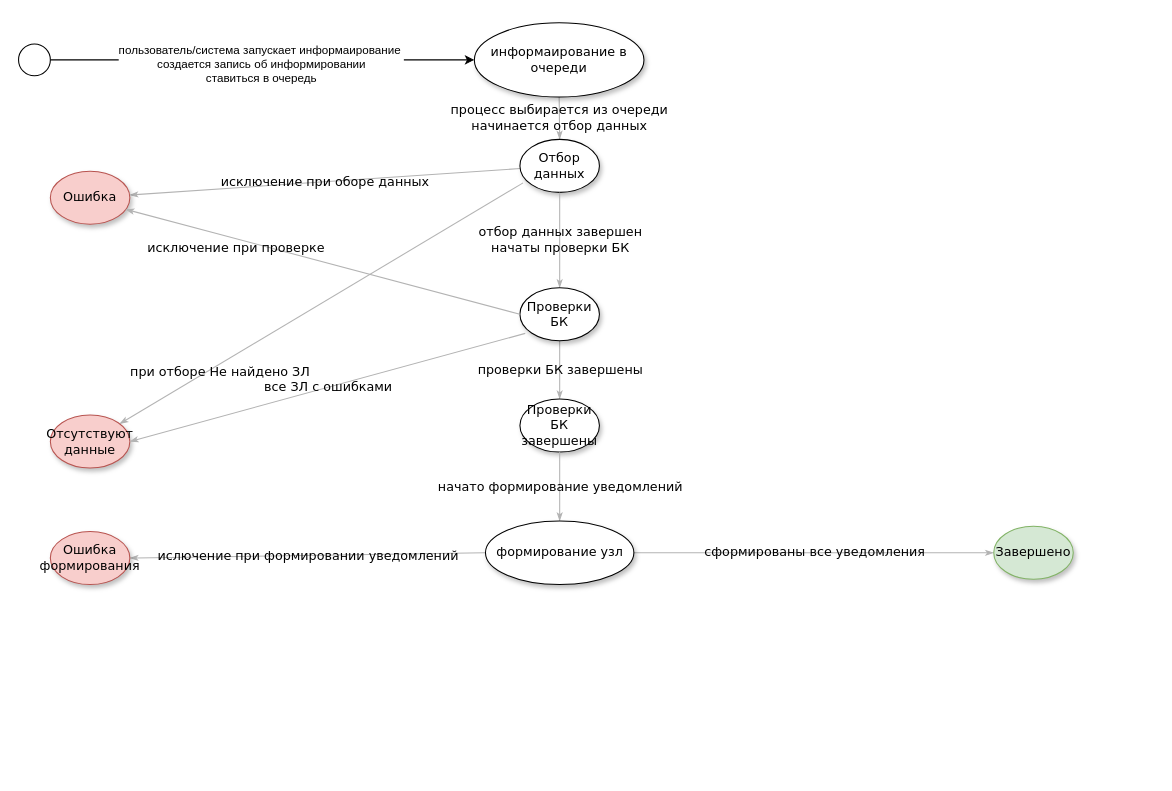
MaxMoto1702/draw.io keeps this draw.io diagram as page "Процесс" (1 of 2) of статусы инициативного формирования.drawio. Above is the earlier version. Source tidied: cells renumbered, new cells numbered last; positions are measured from the earlier drawing's top-left corner, leaving out a move shared by most shapes. Both pictures are drawn from the tidied source at 106%, with x=0, y=0 at pixel (18, 22).
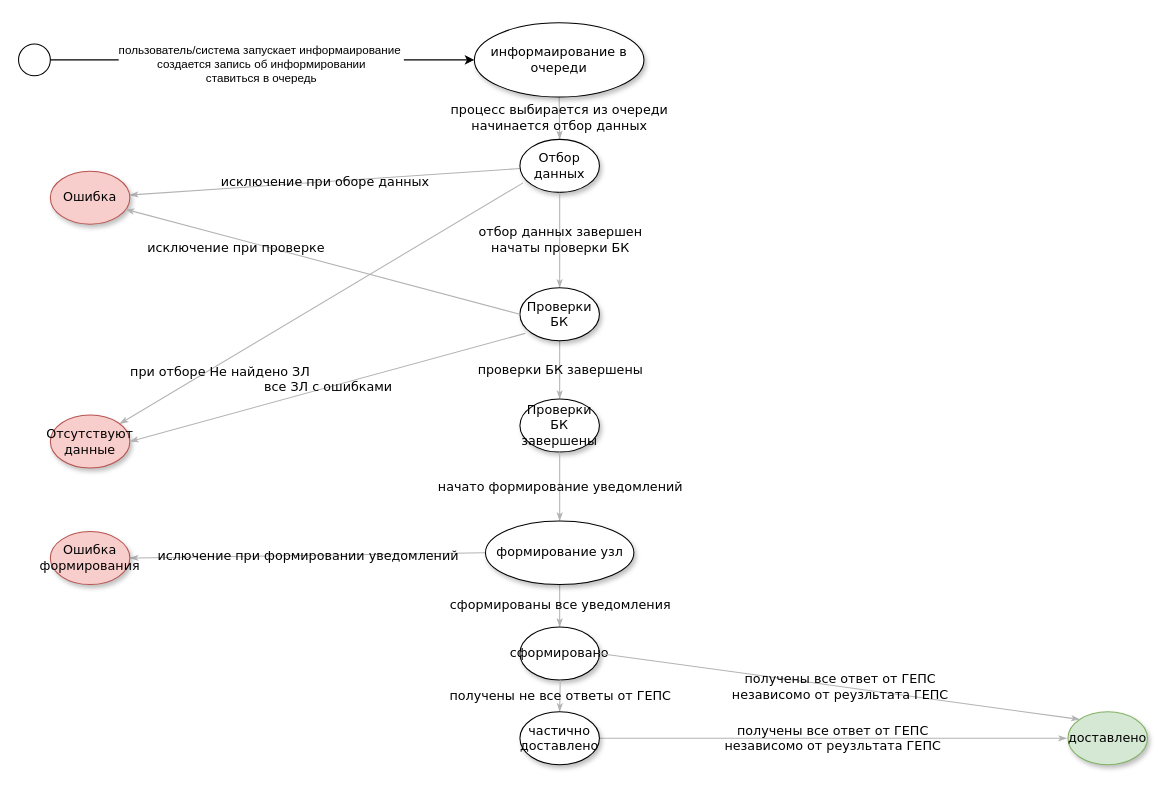
The same diagram, later.

The change refers to these unchanged cells:
```xml
<mxCell id="27" value="формирование узл" style="ellipse;whiteSpace=wrap;html=1;rounded=0;shadow=1;comic=0;labelBackgroundColor=none;strokeWidth=1;fontFamily=Verdana;fontSize=12;align=center;" parent="1" vertex="1">
  <mxGeometry x="440.5" y="470" width="140" height="60" as="geometry" />
</mxCell>
```

The edit, as a diff of the source:
```diff
@@
-    <mxCell id="7" value="сформированы все уведомления" style="edgeStyle=none;rounded=1;html=1;labelBackgroundColor=none;startArrow=none;startFill=0;startSize=5;endArrow=classicThin;endFill=1;endSize=5;jettySize=auto;strokeColor=#B3B3B3;strokeWidth=1;fontFamily=Verdana;fontSize=12;exitX=1;exitY=0.5;exitDx=0;exitDy=0;" parent="1" edge="1" source="27" target="8">
+    <mxCell id="7" value="сформированы все уведомления" style="edgeStyle=none;rounded=1;html=1;labelBackgroundColor=none;startArrow=none;startFill=0;startSize=5;endArrow=classicThin;endFill=1;endSize=5;jettySize=auto;strokeColor=#B3B3B3;strokeWidth=1;fontFamily=Verdana;fontSize=12;exitX=0.5;exitY=1;exitDx=0;exitDy=0;" parent="1" edge="1" source="27" target="8">
       <mxGeometry relative="1" as="geometry" />
     </mxCell>
-    <mxCell id="8" value="&lt;span&gt;Завершено&lt;/span&gt;" style="ellipse;whiteSpace=wrap;html=1;rounded=0;shadow=1;comic=0;labelBackgroundColor=none;strokeWidth=1;fontFamily=Verdana;fontSize=12;align=center;fillColor=#d5e8d4;strokeColor=#82b366;" parent="1" vertex="1">
-      <mxGeometry x="920" y="475" width="75" height="50" as="geometry" />
+    <mxCell id="8" value="&lt;span&gt;сформировано&lt;/span&gt;" style="ellipse;whiteSpace=wrap;html=1;rounded=0;shadow=1;comic=0;labelBackgroundColor=none;strokeWidth=1;fontFamily=Verdana;fontSize=12;align=center;" parent="1" vertex="1">
+      <mxGeometry x="473" y="570" width="75" height="50" as="geometry" />
     </mxCell>
@@
+    <mxCell id="29" value="получены все ответ от ГЕПС &lt;br&gt;независомо от реузльтата ГЕПС" style="edgeStyle=none;rounded=1;html=1;labelBackgroundColor=none;startArrow=none;startFill=0;startSize=5;endArrow=classicThin;endFill=1;endSize=5;jettySize=auto;orthogonalLoop=1;strokeColor=#B3B3B3;strokeWidth=1;fontFamily=Verdana;fontSize=12;exitX=1;exitY=0.5;exitDx=0;exitDy=0;" parent="1" edge="1">
+      <mxGeometry relative="1" as="geometry">
+        <mxPoint x="547" y="675" as="sourcePoint" />
+        <mxPoint x="989" y="675" as="targetPoint" />
+      </mxGeometry>
+    </mxCell>
+    <mxCell id="30" value="&lt;span&gt;доставлено&lt;/span&gt;" style="ellipse;whiteSpace=wrap;html=1;rounded=0;shadow=1;comic=0;labelBackgroundColor=none;strokeWidth=1;fontFamily=Verdana;fontSize=12;align=center;fillColor=#d5e8d4;strokeColor=#82b366;" parent="1" vertex="1">
+      <mxGeometry x="990" y="650" width="75" height="50" as="geometry" />
+    </mxCell>
+    <mxCell id="31" value="получены не все ответы от ГЕПС" style="edgeStyle=none;rounded=1;html=1;labelBackgroundColor=none;startArrow=none;startFill=0;startSize=5;endArrow=classicThin;endFill=1;endSize=5;jettySize=auto;strokeColor=#B3B3B3;strokeWidth=1;fontFamily=Verdana;fontSize=12;" parent="1" edge="1" target="32">
+      <mxGeometry relative="1" as="geometry">
+        <mxPoint x="511" y="620" as="sourcePoint" />
+      </mxGeometry>
+    </mxCell>
+    <mxCell id="32" value="&lt;span&gt;частично доставлено&lt;/span&gt;" style="ellipse;whiteSpace=wrap;html=1;rounded=0;shadow=1;comic=0;labelBackgroundColor=none;strokeWidth=1;fontFamily=Verdana;fontSize=12;align=center;" parent="1" vertex="1">
+      <mxGeometry x="473" y="650" width="75" height="50" as="geometry" />
+    </mxCell>
+    <mxCell id="33" value="получены все ответ от ГЕПС &lt;br&gt;независомо от реузльтата ГЕПС" style="edgeStyle=none;rounded=1;html=1;labelBackgroundColor=none;startArrow=none;startFill=0;startSize=5;endArrow=classicThin;endFill=1;endSize=5;jettySize=auto;strokeColor=#B3B3B3;strokeWidth=1;fontFamily=Verdana;fontSize=12;exitX=1;exitY=0.5;exitDx=0;exitDy=0;entryX=0;entryY=0;entryDx=0;entryDy=0;" parent="1" edge="1" source="8" target="30">
+      <mxGeometry relative="1" as="geometry" />
+    </mxCell>
```
